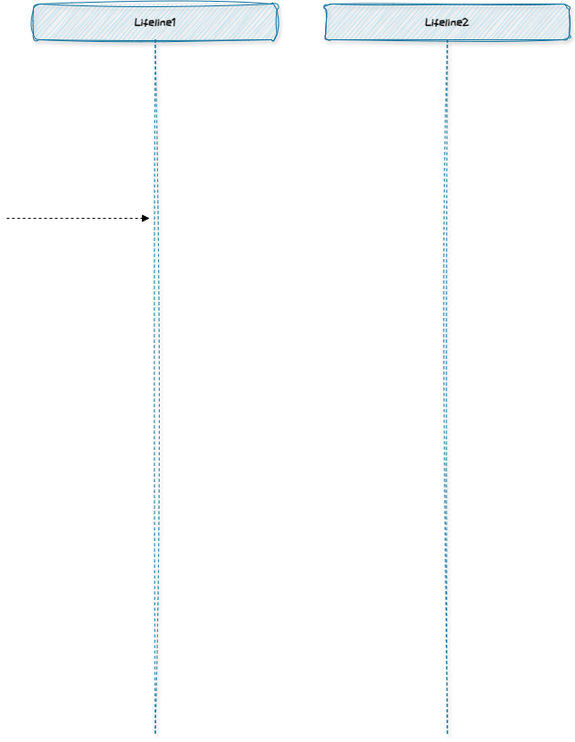
Above: front/composite.drawio.png in muxicode/c153080686 (draw.io), before the change. Source tidied: cells renumbered, new cells last; positions are measured from the earlier drawing's top-left corner, leaving out a move shared by most shapes. Its diagram source:
```xml
<mxGraphModel>
  <root>
    <mxCell id="0" />
    <mxCell id="1" parent="0" />
    <mxCell id="2" value="Lifeline1" style="shape=umlLifeline;perimeter=lifelinePerimeter;whiteSpace=wrap;html=1;newEdgeStyle={&quot;edgeStyle&quot;:&quot;elbowEdgeStyle&quot;,&quot;elbow&quot;:&quot;vertical&quot;,&quot;curved&quot;:0,&quot;rounded&quot;:0};fontFamily=ZCOOL KuaiLe;fontSource=https%3A%2F%2Ffonts.googleapis.com%2Fcss%3Ffamily%3DZCOOL%2BKuaiLe;sketch=1;curveFitting=1;jiggle=2;rounded=1;shadow=1;glass=0;fillColor=#b1ddf0;strokeColor=#10739e;fontStyle=1;" parent="1" vertex="1">
      <mxGeometry x="30" width="272.7" height="818.2" as="geometry" />
    </mxCell>
    <mxCell id="3" value="Lifeline2" style="shape=umlLifeline;perimeter=lifelinePerimeter;whiteSpace=wrap;html=1;outlineConnect=0;portConstraint=eastwest;newEdgeStyle={&quot;edgeStyle&quot;:&quot;elbowEdgeStyle&quot;,&quot;elbow&quot;:&quot;vertical&quot;,&quot;curved&quot;:0,&quot;rounded&quot;:0};fontFamily=ZCOOL KuaiLe;fontSource=https%3A%2F%2Ffonts.googleapis.com%2Fcss%3Ffamily%3DZCOOL%2BKuaiLe;sketch=1;curveFitting=1;jiggle=2;rounded=1;shadow=1;glass=0;fillColor=#b1ddf0;strokeColor=#10739e;fontStyle=1;" parent="1" vertex="1">
      <mxGeometry x="357.3" width="272.7" height="818.2" as="geometry" />
    </mxCell>
    <mxCell id="4" style="html=1;verticalAlign=bottom;labelBackgroundColor=none;endArrow=block;endFill=1;dashed=1;rounded=0;" parent="1" edge="1">
      <mxGeometry relative="1" as="geometry">
        <mxPoint y="240" as="sourcePoint" />
        <mxPoint x="160" y="240" as="targetPoint" />
      </mxGeometry>
    </mxCell>
  </root>
</mxGraphModel>
```
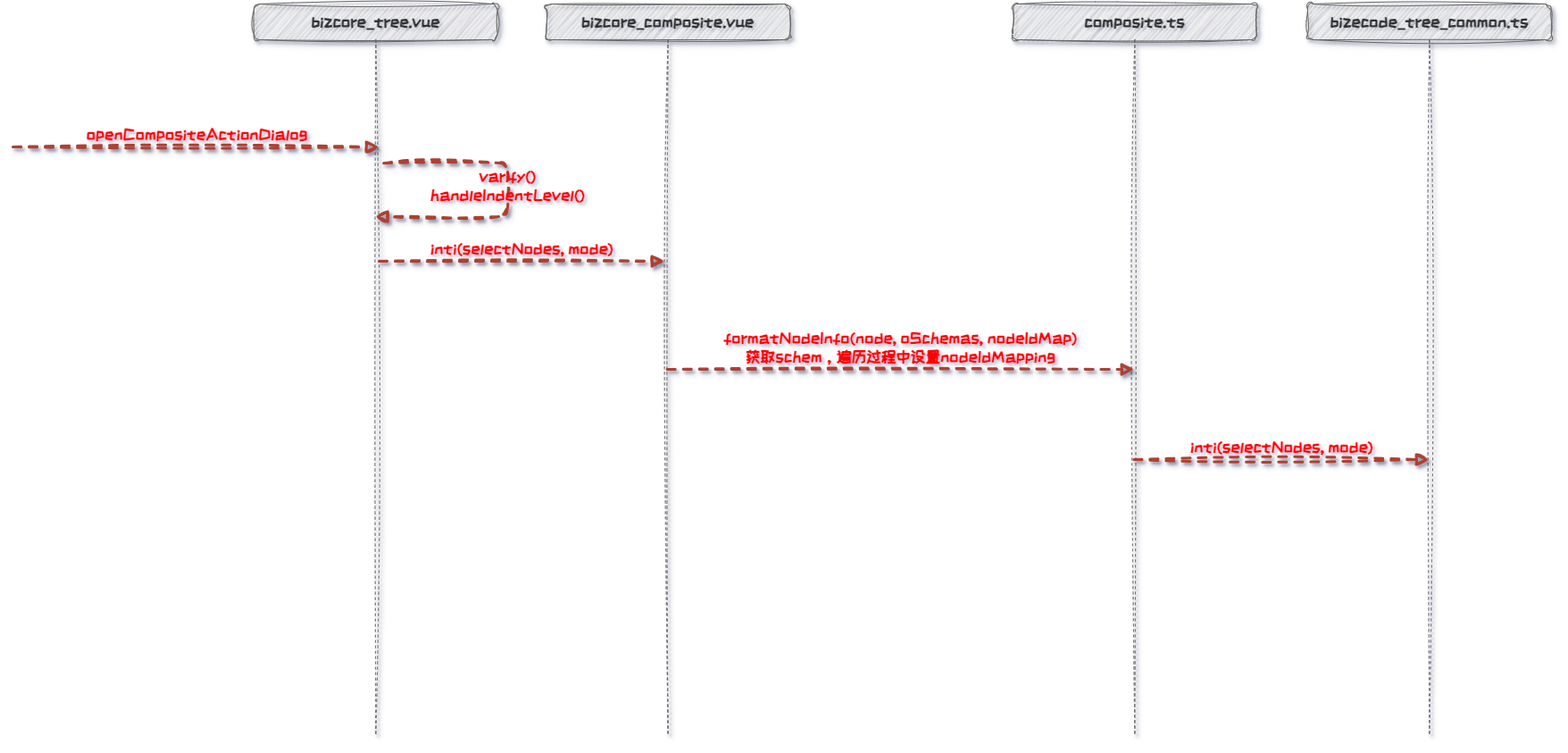
After the commit.

What changed in the source:
```diff
@@ -1,18 +1,49 @@
-<mxGraphModel>
+<mxGraphModel shadow="1">
   <root>
     <mxCell id="0" />
     <mxCell id="1" parent="0" />
-    <mxCell id="2" value="Lifeline1" style="shape=umlLifeline;perimeter=lifelinePerimeter;whiteSpace=wrap;html=1;newEdgeStyle={&quot;edgeStyle&quot;:&quot;elbowEdgeStyle&quot;,&quot;elbow&quot;:&quot;vertical&quot;,&quot;curved&quot;:0,&quot;rounded&quot;:0};fontFamily=ZCOOL KuaiLe;fontSource=https%3A%2F%2Ffonts.googleapis.com%2Fcss%3Ffamily%3DZCOOL%2BKuaiLe;sketch=1;curveFitting=1;jiggle=2;rounded=1;shadow=1;glass=0;fillColor=#b1ddf0;strokeColor=#10739e;fontStyle=1;" parent="1" vertex="1">
+    <mxCell id="2" value="bizcore_tree.vue" style="shape=umlLifeline;perimeter=lifelinePerimeter;whiteSpace=wrap;html=1;newEdgeStyle={&quot;edgeStyle&quot;:&quot;elbowEdgeStyle&quot;,&quot;elbow&quot;:&quot;vertical&quot;,&quot;curved&quot;:0,&quot;rounded&quot;:0};fontFamily=ZCOOL KuaiLe;fontSource=https%3A%2F%2Ffonts.googleapis.com%2Fcss%3Ffamily%3DZCOOL%2BKuaiLe;sketch=1;curveFitting=1;jiggle=2;rounded=1;shadow=1;glass=0;fontStyle=1;fontSize=18;labelBackgroundColor=none;fillColor=#f5f5f5;strokeColor=#666666;fontColor=#333333;" parent="1" vertex="1">
       <mxGeometry x="30" width="272.7" height="818.2" as="geometry" />
     </mxCell>
-    <mxCell id="3" value="Lifeline2" style="shape=umlLifeline;perimeter=lifelinePerimeter;whiteSpace=wrap;html=1;outlineConnect=0;portConstraint=eastwest;newEdgeStyle={&quot;edgeStyle&quot;:&quot;elbowEdgeStyle&quot;,&quot;elbow&quot;:&quot;vertical&quot;,&quot;curved&quot;:0,&quot;rounded&quot;:0};fontFamily=ZCOOL KuaiLe;fontSource=https%3A%2F%2Ffonts.googleapis.com%2Fcss%3Ffamily%3DZCOOL%2BKuaiLe;sketch=1;curveFitting=1;jiggle=2;rounded=1;shadow=1;glass=0;fillColor=#b1ddf0;strokeColor=#10739e;fontStyle=1;" parent="1" vertex="1">
+    <mxCell id="3" value="bizcore_composite.vue" style="shape=umlLifeline;perimeter=lifelinePerimeter;whiteSpace=wrap;html=1;outlineConnect=0;portConstraint=eastwest;newEdgeStyle={&quot;edgeStyle&quot;:&quot;elbowEdgeStyle&quot;,&quot;elbow&quot;:&quot;vertical&quot;,&quot;curved&quot;:0,&quot;rounded&quot;:0};fontFamily=ZCOOL KuaiLe;fontSource=https%3A%2F%2Ffonts.googleapis.com%2Fcss%3Ffamily%3DZCOOL%2BKuaiLe;sketch=1;curveFitting=1;jiggle=2;rounded=1;shadow=1;glass=0;fontStyle=1;fontSize=18;labelBackgroundColor=none;fillColor=#f5f5f5;strokeColor=#666666;fontColor=#333333;" parent="1" vertex="1">
       <mxGeometry x="357.3" width="272.7" height="818.2" as="geometry" />
     </mxCell>
-    <mxCell id="4" style="html=1;verticalAlign=bottom;labelBackgroundColor=none;endArrow=block;endFill=1;dashed=1;rounded=0;" parent="1" edge="1">
-      <mxGeometry relative="1" as="geometry">
-        <mxPoint y="240" as="sourcePoint" />
-        <mxPoint x="160" y="240" as="targetPoint" />
-      </mxGeometry>
-    </mxCell>
+    <mxCell id="5" value="&lt;font style=&quot;font-size: 18px;&quot; color=&quot;#ff0000&quot;&gt;&lt;span style=&quot;font-size: 18px;&quot;&gt;openCompositeActionDialog&lt;/span&gt;&lt;/font&gt;" style="endArrow=block;startArrow=none;endFill=0;startFill=0;endSize=8;html=1;verticalAlign=bottom;dashed=1;labelBackgroundColor=none;rounded=1;sketch=1;hachureGap=4;jiggle=2;curveFitting=1;fontFamily=ZCOOL KuaiLe;fontSource=https%3A%2F%2Ffonts.googleapis.com%2Fcss%3Ffamily%3DZCOOL%2BKuaiLe;strokeWidth=3;fontSize=18;fontStyle=1;shadow=1;fontColor=default;strokeColor=#ae4132;fillColor=#fad9d5;" parent="1" edge="1">
+      <mxGeometry relative="1" as="geometry">
+        <mxPoint x="-240" y="160" as="sourcePoint" />
+        <mxPoint x="170" y="160" as="targetPoint" />
+      </mxGeometry>
+    </mxCell>
+    <mxCell id="6" value="&lt;font color=&quot;#ff0000&quot; style=&quot;font-size: 18px;&quot;&gt;&lt;span style=&quot;font-size: 18px;&quot;&gt;&lt;span style=&quot;font-size: 18px;&quot;&gt;inti(selectNodes, mode)&lt;/span&gt;&lt;/span&gt;&lt;/font&gt;" style="endArrow=block;startArrow=none;endFill=0;startFill=0;endSize=8;html=1;verticalAlign=bottom;dashed=1;labelBackgroundColor=none;rounded=1;sketch=1;hachureGap=4;jiggle=2;curveFitting=1;fontFamily=ZCOOL KuaiLe;fontSource=https%3A%2F%2Ffonts.googleapis.com%2Fcss%3Ffamily%3DZCOOL%2BKuaiLe;strokeWidth=3;fontSize=18;fontStyle=1;shadow=1;fontColor=default;strokeColor=#ae4132;fillColor=#fad9d5;" parent="1" edge="1">
+      <mxGeometry relative="1" as="geometry">
+        <mxPoint x="170" y="288" as="sourcePoint" />
+        <mxPoint x="490" y="288" as="targetPoint" />
+      </mxGeometry>
+    </mxCell>
+    <mxCell id="7" value="&lt;font color=&quot;#ff0000&quot; style=&quot;font-size: 18px;&quot;&gt;&lt;span style=&quot;font-size: 18px;&quot;&gt;&lt;span style=&quot;font-size: 18px;&quot;&gt;varify()&lt;/span&gt;&lt;/span&gt;&lt;/font&gt;&lt;div style=&quot;font-size: 18px;&quot;&gt;&lt;font color=&quot;#ff0000&quot; style=&quot;font-size: 18px;&quot;&gt;&lt;span style=&quot;font-size: 18px;&quot;&gt;&lt;span style=&quot;font-size: 18px;&quot;&gt;handleIndentLevel()&lt;/span&gt;&lt;/span&gt;&lt;/font&gt;&lt;/div&gt;" style="endArrow=block;startArrow=none;endFill=0;startFill=0;endSize=8;html=1;verticalAlign=bottom;dashed=1;labelBackgroundColor=none;rounded=1;sketch=1;hachureGap=4;jiggle=2;curveFitting=1;fontFamily=ZCOOL KuaiLe;fontSource=https%3A%2F%2Ffonts.googleapis.com%2Fcss%3Ffamily%3DZCOOL%2BKuaiLe;strokeWidth=3;exitX=0.517;exitY=0.235;exitDx=0;exitDy=0;exitPerimeter=0;fontSize=18;fontStyle=1;shadow=1;fontColor=default;strokeColor=#ae4132;fillColor=#fad9d5;" parent="1" edge="1">
+      <mxGeometry x="0.09" relative="1" as="geometry">
+        <mxPoint x="175.1" y="178.3" as="sourcePoint" />
+        <mxPoint x="165.4" y="238" as="targetPoint" />
+        <Array as="points">
+          <mxPoint x="314.1" y="178" />
+          <mxPoint x="314" y="238" />
+        </Array>
+      </mxGeometry>
+    </mxCell>
+    <mxCell id="8" value="composite.ts" style="shape=umlLifeline;perimeter=lifelinePerimeter;whiteSpace=wrap;html=1;outlineConnect=0;portConstraint=eastwest;newEdgeStyle={&quot;edgeStyle&quot;:&quot;elbowEdgeStyle&quot;,&quot;elbow&quot;:&quot;vertical&quot;,&quot;curved&quot;:0,&quot;rounded&quot;:0};fontFamily=ZCOOL KuaiLe;fontSource=https%3A%2F%2Ffonts.googleapis.com%2Fcss%3Ffamily%3DZCOOL%2BKuaiLe;sketch=1;curveFitting=1;jiggle=2;rounded=1;shadow=1;glass=0;fontStyle=1;fontSize=18;labelBackgroundColor=none;fillColor=#f5f5f5;strokeColor=#666666;fontColor=#333333;" parent="1" vertex="1">
+      <mxGeometry x="880" width="272.7" height="818.2" as="geometry" />
+    </mxCell>
+    <mxCell id="9" value="&lt;font color=&quot;#ff0000&quot;&gt;formatNodeInfo(node, oSchemas, nodeIdMap)&lt;/font&gt;&lt;div&gt;&lt;font color=&quot;#ff0000&quot;&gt;获取schem，遍历过程中设置nodeIdMapping&lt;/font&gt;&lt;/div&gt;" style="endArrow=block;startArrow=none;endFill=0;startFill=0;endSize=8;html=1;verticalAlign=bottom;dashed=1;labelBackgroundColor=none;rounded=1;sketch=1;hachureGap=4;jiggle=2;curveFitting=1;fontFamily=ZCOOL KuaiLe;fontSource=https%3A%2F%2Ffonts.googleapis.com%2Fcss%3Ffamily%3DZCOOL%2BKuaiLe;strokeWidth=3;fontSize=18;fontStyle=1;shadow=1;fontColor=default;strokeColor=#ae4132;fillColor=#fad9d5;" parent="1" edge="1" source="3" target="8">
+      <mxGeometry relative="1" as="geometry" />
+    </mxCell>
+    <mxCell id="10" value="bizecode_tree_common.ts" style="shape=umlLifeline;perimeter=lifelinePerimeter;whiteSpace=wrap;html=1;newEdgeStyle={&quot;edgeStyle&quot;:&quot;elbowEdgeStyle&quot;,&quot;elbow&quot;:&quot;vertical&quot;,&quot;curved&quot;:0,&quot;rounded&quot;:0};fontFamily=ZCOOL KuaiLe;fontSource=https%3A%2F%2Ffonts.googleapis.com%2Fcss%3Ffamily%3DZCOOL%2BKuaiLe;sketch=1;curveFitting=1;jiggle=2;rounded=1;shadow=1;glass=0;fontStyle=1;fontSize=18;labelBackgroundColor=none;fillColor=#f5f5f5;strokeColor=#666666;fontColor=#333333;" parent="1" vertex="1">
+      <mxGeometry x="1210" width="272.7" height="818.2" as="geometry" />
+    </mxCell>
+    <mxCell id="11" value="&lt;font color=&quot;#ff0000&quot; style=&quot;font-size: 18px;&quot;&gt;&lt;span style=&quot;font-size: 18px;&quot;&gt;&lt;span style=&quot;font-size: 18px;&quot;&gt;inti(selectNodes, mode)&lt;/span&gt;&lt;/span&gt;&lt;/font&gt;" style="endArrow=block;startArrow=none;endFill=0;startFill=0;endSize=8;html=1;verticalAlign=bottom;dashed=1;labelBackgroundColor=none;rounded=1;sketch=1;hachureGap=4;jiggle=2;curveFitting=1;fontFamily=ZCOOL KuaiLe;fontSource=https%3A%2F%2Ffonts.googleapis.com%2Fcss%3Ffamily%3DZCOOL%2BKuaiLe;strokeWidth=3;fontSize=18;fontStyle=1;shadow=1;fontColor=default;strokeColor=#ae4132;fillColor=#fad9d5;" parent="1" edge="1">
+      <mxGeometry relative="1" as="geometry">
+        <mxPoint x="1015.4" y="510" as="sourcePoint" />
+        <mxPoint x="1345.9" y="510" as="targetPoint" />
+      </mxGeometry>
+    </mxCell>
   </root>
 </mxGraphModel>
```
